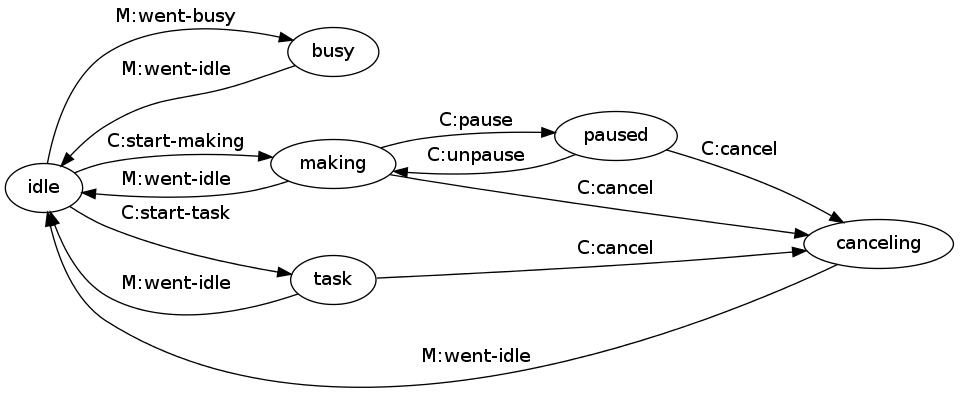
Before: doc/machinethread.png, a diagram exported from Graphviz (makerbot/conveyor). Its source is kept beside it as doc/machinethread.dot. Its diagram source:
```dot
digraph
{
	rankdir=LR;


	"idle";
	"busy";
	"making";
	"paused";
	"task";
	"canceling";


	"idle"      -> "busy"      [label="M:went-busy"];
	"idle"      -> "making"    [label="C:start-making"];
	"idle"      -> "task"      [label="C:start-task"];

	"busy"      -> "idle"      [label="M:went-idle"];

	"making"    -> "idle"      [label="M:went-idle"];
	"making"    -> "paused"    [label="C:pause"];
	"making"    -> "canceling" [label="C:cancel"];

	"paused"    -> "making"    [label="C:unpause"];
	"paused"    -> "canceling" [label="C:cancel"];

	"task"      -> "idle"      [label="M:went-idle"];
	"task"      -> "canceling" [label="C:cancel"];

	"canceling" -> "idle"      [label="M:went-idle"];
}
```
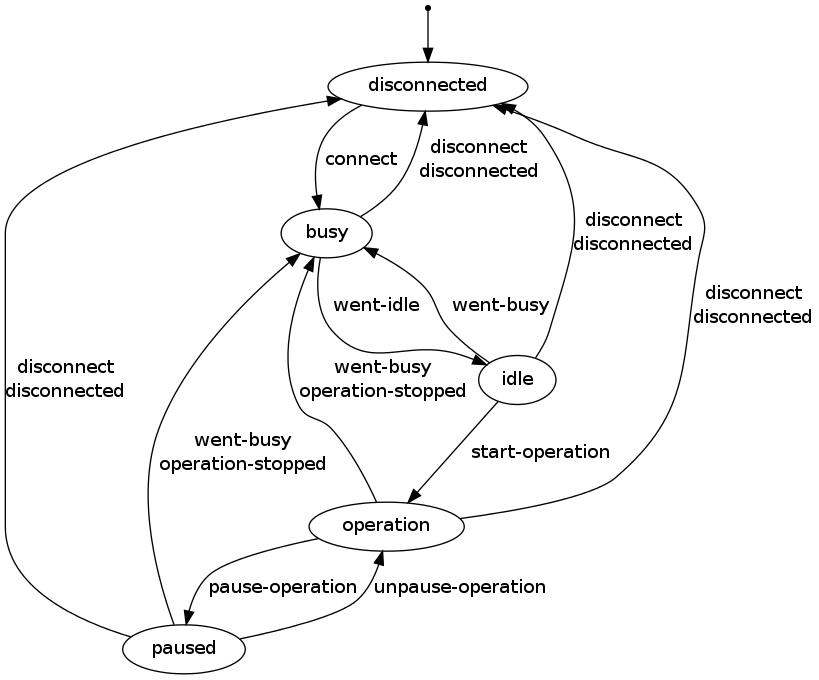
The same diagram one commit later.

What changed in the source:
```diff
@@ -1,31 +1,25 @@
 digraph
 {
-	rankdir=LR;
+
+	"start" [shape="point"];
+	"disconnected";
+	"busy";
+	"idle";
+	"paused";
+	"operation";
 
 
-	"idle";
-	"busy";
-	"making";
-	"paused";
-	"task";
-	"canceling";
-
-
-	"idle"      -> "busy"      [label="M:went-busy"];
-	"idle"      -> "making"    [label="C:start-making"];
-	"idle"      -> "task"      [label="C:start-task"];
-
-	"busy"      -> "idle"      [label="M:went-idle"];
-
-	"making"    -> "idle"      [label="M:went-idle"];
-	"making"    -> "paused"    [label="C:pause"];
-	"making"    -> "canceling" [label="C:cancel"];
-
-	"paused"    -> "making"    [label="C:unpause"];
-	"paused"    -> "canceling" [label="C:cancel"];
-
-	"task"      -> "idle"      [label="M:went-idle"];
-	"task"      -> "canceling" [label="C:cancel"];
-
-	"canceling" -> "idle"      [label="M:went-idle"];
+	"start"        -> "disconnected";
+	"disconnected" -> "busy"         [label="connect"];
+	"busy"         -> "disconnected" [label="disconnect\ndisconnected"];
+	"busy"         -> "idle"         [label="went-idle"];
+	"idle"         -> "disconnected" [label="disconnect\ndisconnected"];
+	"idle"         -> "busy"         [label="went-busy"];
+	"idle"         -> "operation"    [label="start-operation"];
+	"operation"    -> "disconnected" [label="disconnect\ndisconnected"];
+	"operation"    -> "busy"         [label="went-busy\noperation-stopped"];
+	"operation"    -> "paused"       [label="pause-operation"];
+	"paused"       -> "disconnected" [label="disconnect\ndisconnected"];
+	"paused"       -> "busy"         [label="went-busy\noperation-stopped"];
+	"paused"       -> "operation"    [label="unpause-operation"];
 }
```
